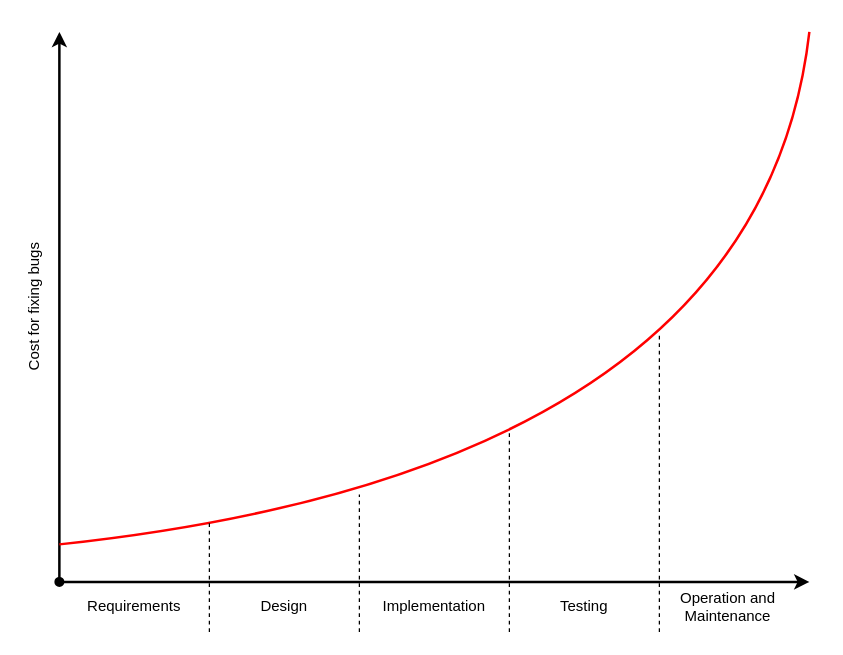
Before: Images/Chapter1/Background/Cost_of_fixing_bugs/Cost_of_fixing_bugs.drawio in CorrieScheepers/Masters, a draw.io diagram. Source tidied: cells renumbered, new cells numbered last; positions are measured from the earlier drawing's top-left corner, leaving out a move shared by most shapes. Both pictures are drawn from the tidied source at 125%, with x=0, y=0 at pixel (-66, 31).
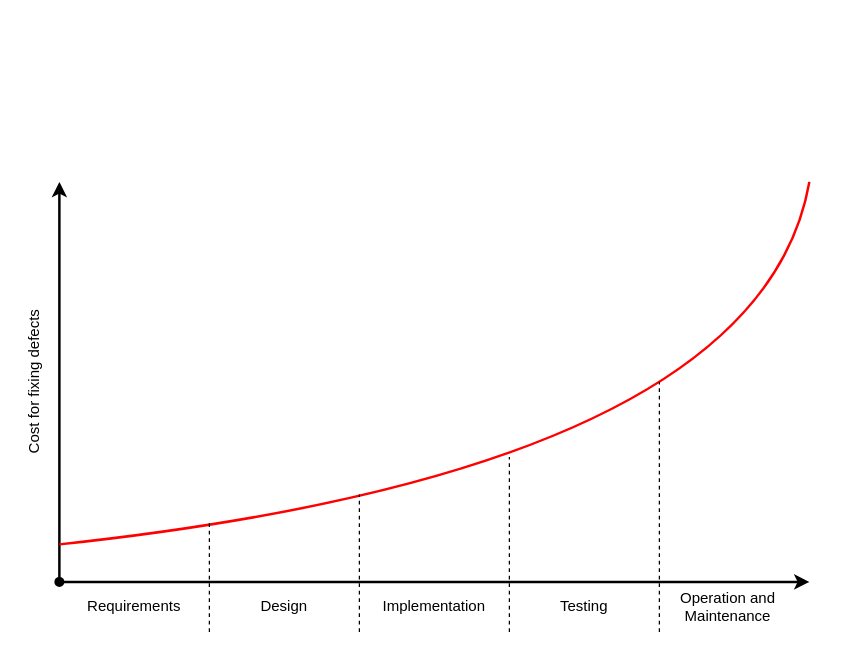
The same diagram, later.

What changed in the source:
```diff
@@
     <mxCell id="2" style="endArrow=classic;html=1;strokeWidth=2;" parent="1" edge="1">
       <mxGeometry relative="1" as="geometry">
         <mxPoint x="100" y="440" as="sourcePoint" />
-        <mxPoint x="100" as="targetPoint" />
+        <mxPoint x="100" y="120" as="targetPoint" />
       </mxGeometry>
     </mxCell>
@@
     <mxCell id="4" style="endArrow=none;html=1;curved=1;endFill=0;strokeWidth=2;strokeColor=#FF0000;" parent="1" edge="1">
       <mxGeometry relative="1" as="geometry">
         <mxPoint x="100" y="410" as="sourcePoint" />
-        <mxPoint x="700" as="targetPoint" />
+        <mxPoint x="700" y="120" as="targetPoint" />
         <Array as="points">
           <mxPoint x="660" y="350" />
         </Array>
       </mxGeometry>
     </mxCell>
-    <mxCell id="5" value="Cost for fixing bugs" style="text;html=1;strokeColor=none;fillColor=none;align=center;verticalAlign=middle;whiteSpace=wrap;rounded=0;rotation=-90;" parent="1" vertex="1">
-      <mxGeometry y="210" width="160" height="20" as="geometry" />
+    <mxCell id="5" value="Cost for fixing defects" style="text;html=1;strokeColor=none;fillColor=none;align=center;verticalAlign=middle;whiteSpace=wrap;rounded=0;rotation=-90;" parent="1" vertex="1">
+      <mxGeometry y="270" width="160" height="20" as="geometry" />
     </mxCell>
@@
     <mxCell id="14" style="endArrow=none;dashed=1;html=1;strokeColor=#000000;strokeWidth=1;" parent="1" edge="1">
       <mxGeometry relative="1" as="geometry">
         <mxPoint x="580" y="480" as="sourcePoint" />
-        <mxPoint x="580" y="240" as="targetPoint" />
+        <mxPoint x="580" y="280" as="targetPoint" />
       </mxGeometry>
     </mxCell>
     <mxCell id="15" style="endArrow=none;dashed=1;html=1;strokeColor=#000000;strokeWidth=1;" parent="1" edge="1">
       <mxGeometry relative="1" as="geometry">
         <mxPoint x="460" y="480" as="sourcePoint" />
-        <mxPoint x="460" y="320" as="targetPoint" />
+        <mxPoint x="460" y="340" as="targetPoint" />
       </mxGeometry>
     </mxCell>
```
